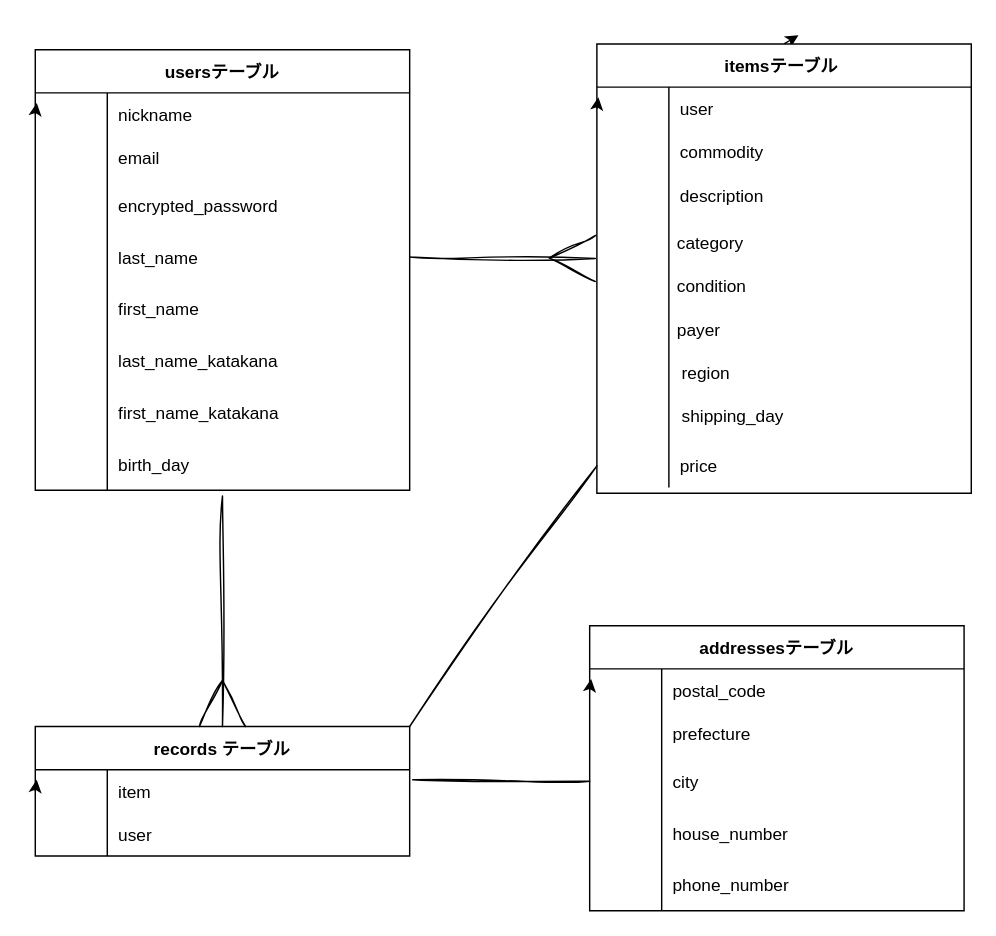
Before: test.dio in izmax1109/furima-39908, a draw.io diagram. Source tidied: cells renumbered, new cells numbered last; positions are measured from the earlier drawing's top-left corner, leaving out a move shared by most shapes. Both pictures are drawn from the tidied source at 144%, with x=0, y=0 at pixel (35, 35).
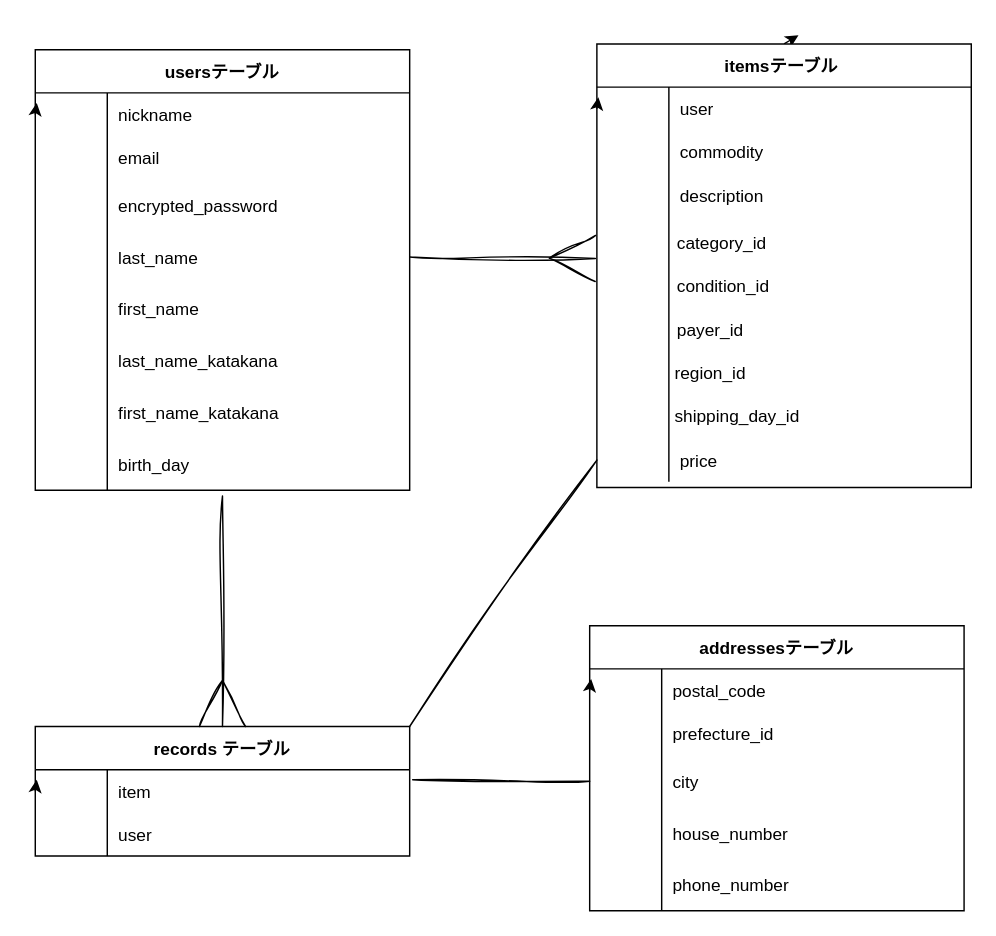
After the change.

Commit message (it also covers changes not shown here):
DB設計の変更

Unchanged cells that the change refers to:
```xml
<mxCell id="62" style="shape=tableRow;horizontal=0;startSize=0;swimlaneHead=0;swimlaneBody=0;fillColor=none;top=0;left=0;right=0;bottom=0;" parent="58" vertex="1">
  <mxGeometry y="60" width="260" height="30" as="geometry" />
</mxCell>
```

Diff of the diagram source:
```diff
@@
     <mxCell id="29" value="itemsテーブル " style="shape=table;startSize=30;childLayout=tableLayout;rowLines=0;fontStyle=1;align=center;" parent="1" vertex="1">
-      <mxGeometry x="390" y="6" width="260" height="312" as="geometry" />
+      <mxGeometry x="390" y="6" width="260" height="308" as="geometry" />
     </mxCell>
@@
     <mxCell id="51" style="shape=tableRow;horizontal=0;startSize=0;swimlaneHead=0;swimlaneBody=0;fillColor=none;top=0;left=0;right=0;bottom=0;" parent="29" vertex="1">
-      <mxGeometry y="244" width="260" height="34" as="geometry" />
+      <mxGeometry y="244" width="260" height="30" as="geometry" />
     </mxCell>
     <mxCell id="52" style="shape=partialRectangle;fillColor=none;top=0;left=0;bottom=0;right=0;overflow=hidden;" parent="51" vertex="1">
-      <mxGeometry width="50" height="34" as="geometry" />
+      <mxGeometry width="50" height="30" as="geometry" />
     </mxCell>
     <mxCell id="53" style="shape=partialRectangle;fillColor=none;top=0;left=0;bottom=0;right=0;align=left;spacingLeft=6;overflow=hidden;" parent="51" vertex="1">
-      <mxGeometry x="50" width="210" height="34" as="geometry" />
+      <mxGeometry x="50" width="210" height="30" as="geometry" />
     </mxCell>
     <mxCell id="54" style="shape=tableRow;horizontal=0;startSize=0;swimlaneHead=0;swimlaneBody=0;fillColor=none;points=[[0,0.5],[1,0.5]];portConstraint=eastwest;top=0;left=0;right=0;bottom=0;" parent="29" vertex="1">
-      <mxGeometry y="278" width="260" height="30" as="geometry" />
+      <mxGeometry y="274" width="260" height="30" as="geometry" />
     </mxCell>
@@
-    <mxCell id="64" value="prefecture   " style="shape=partialRectangle;fillColor=none;top=0;left=0;bottom=0;right=0;align=left;spacingLeft=6;overflow=hidden;" parent="62" vertex="1">
+    <mxCell id="64" value="prefecture_id   " style="shape=partialRectangle;fillColor=none;top=0;left=0;bottom=0;right=0;align=left;spacingLeft=6;overflow=hidden;" parent="62" vertex="1">
       <mxGeometry x="50" width="210" height="30" as="geometry" />
     </mxCell>
@@
-    <mxCell id="83" value="category" style="text;strokeColor=none;fillColor=none;align=left;verticalAlign=middle;spacingLeft=4;spacingRight=4;overflow=hidden;whiteSpace=wrap;html=1;" parent="1" vertex="1">
+    <mxCell id="83" value="category_id&lt;span style=&quot;white-space: pre;&quot;&gt;&#9;&lt;/span&gt;" style="text;strokeColor=none;fillColor=none;align=left;verticalAlign=middle;spacingLeft=4;spacingRight=4;overflow=hidden;whiteSpace=wrap;html=1;" parent="1" vertex="1">
       <mxGeometry x="440" y="130" width="210" height="30" as="geometry" />
     </mxCell>
-    <mxCell id="84" value="condition" style="text;strokeColor=none;fillColor=none;align=left;verticalAlign=middle;spacingLeft=4;spacingRight=4;overflow=hidden;whiteSpace=wrap;html=1;" parent="1" vertex="1">
+    <mxCell id="84" value="condition_id" style="text;strokeColor=none;fillColor=none;align=left;verticalAlign=middle;spacingLeft=4;spacingRight=4;overflow=hidden;whiteSpace=wrap;html=1;" parent="1" vertex="1">
       <mxGeometry x="440" y="160" width="210" height="30" as="geometry" />
     </mxCell>
-    <mxCell id="85" value="payer" style="text;strokeColor=none;fillColor=none;align=left;verticalAlign=middle;spacingLeft=4;spacingRight=4;overflow=hidden;whiteSpace=wrap;html=1;" parent="1" vertex="1">
+    <mxCell id="85" value="payer_id" style="text;strokeColor=none;fillColor=none;align=left;verticalAlign=middle;spacingLeft=4;spacingRight=4;overflow=hidden;whiteSpace=wrap;html=1;" parent="1" vertex="1">
       <mxGeometry x="440" y="190" width="210" height="30" as="geometry" />
     </mxCell>
-    <mxCell id="86" value="&amp;nbsp;region" style="text;strokeColor=none;fillColor=none;align=left;verticalAlign=middle;spacingLeft=4;spacingRight=4;overflow=hidden;whiteSpace=wrap;html=1;" parent="1" vertex="1">
-      <mxGeometry x="440" y="220" width="210" height="30" as="geometry" />
+    <mxCell id="86" value="&amp;nbsp;region_id" style="text;strokeColor=none;fillColor=none;align=left;verticalAlign=middle;spacingLeft=4;spacingRight=4;overflow=hidden;whiteSpace=wrap;html=1;" parent="1" vertex="1">
+      <mxGeometry x="435" y="220" width="210" height="30" as="geometry" />
     </mxCell>
-    <mxCell id="87" value="&amp;nbsp;shipping_day" style="text;strokeColor=none;fillColor=none;align=left;verticalAlign=middle;spacingLeft=4;spacingRight=4;overflow=hidden;whiteSpace=wrap;html=1;" parent="1" vertex="1">
-      <mxGeometry x="440" y="250" width="210" height="30" as="geometry" />
+    <mxCell id="87" value="&amp;nbsp;shipping_day_id" style="text;strokeColor=none;fillColor=none;align=left;verticalAlign=middle;spacingLeft=4;spacingRight=4;overflow=hidden;whiteSpace=wrap;html=1;" parent="1" vertex="1">
+      <mxGeometry x="435" y="250" width="210" height="30" as="geometry" />
     </mxCell>
```
